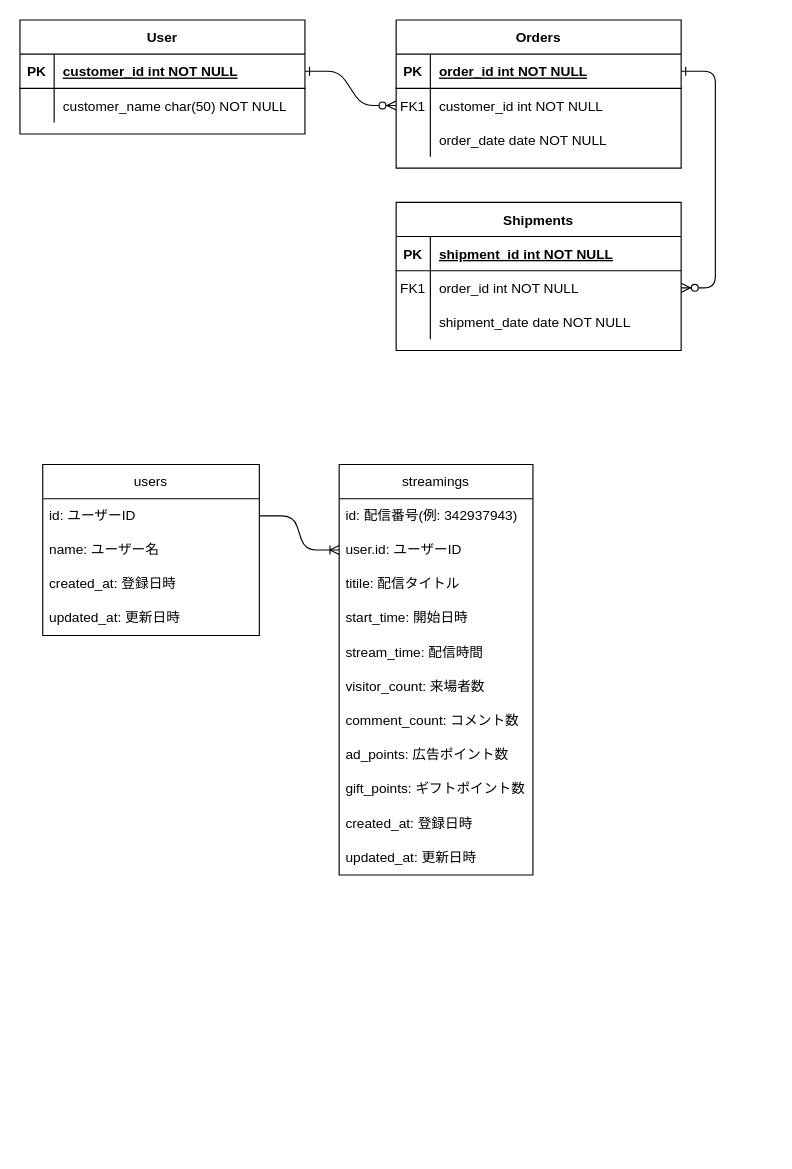
Earlier version of the draw.io diagram nicodb_ER.drawio (MASA20201203/nicodb-scraping). Source tidied: cells renumbered, new cells numbered last; positions are measured from the earlier drawing's top-left corner, leaving out a move shared by most shapes. Both pictures are drawn from the tidied source at 114%, with x=0, y=0 at pixel (19, 19).
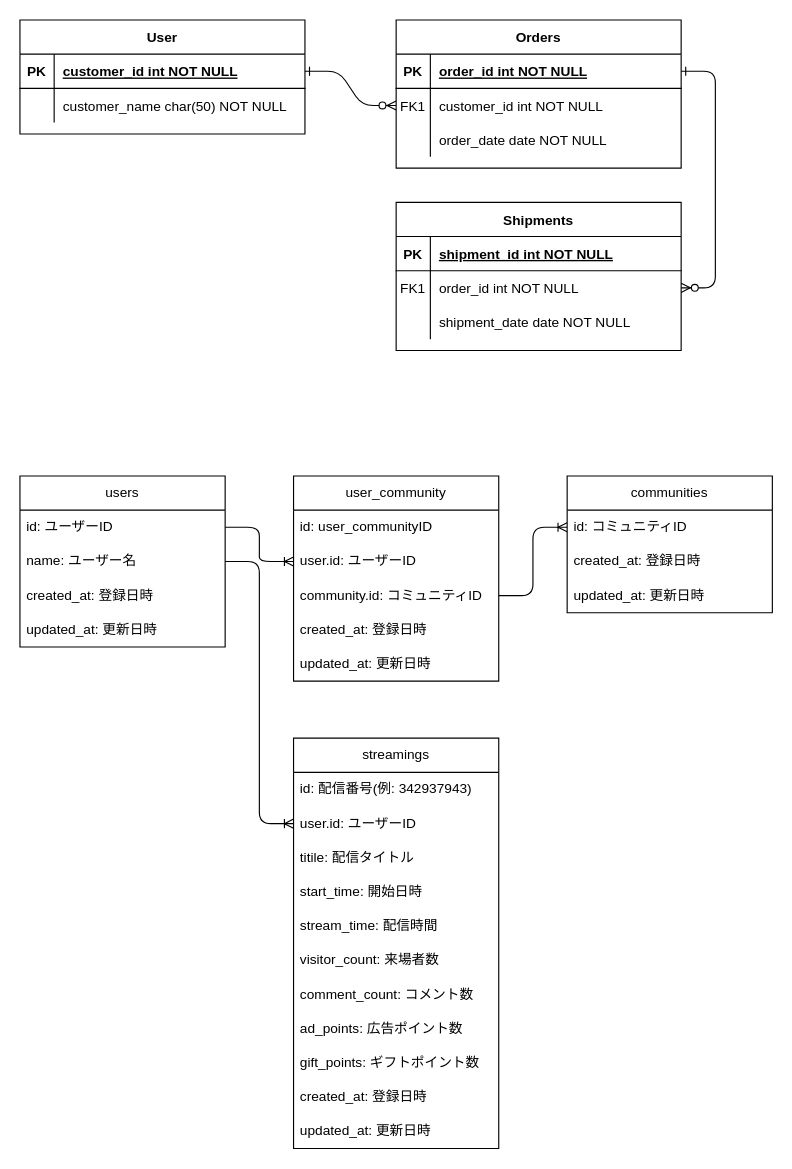
The same diagram, later.

The edit, as a diff of the source:
```diff
@@
     <mxCell id="31" value="users" style="swimlane;fontStyle=0;horizontal=1;startSize=30;whiteSpace=wrap;html=1;" parent="1" vertex="1">
-      <mxGeometry x="20" y="390" width="190" height="150" as="geometry" />
+      <mxGeometry y="400" width="180" height="150" as="geometry" />
     </mxCell>
     <mxCell id="32" value="id: ユーザーID" style="text;strokeColor=none;fillColor=none;align=left;verticalAlign=middle;spacingLeft=4;spacingRight=4;overflow=hidden;points=[[0,0.5],[1,0.5]];portConstraint=eastwest;whiteSpace=wrap;html=1;" parent="31" vertex="1">
-      <mxGeometry y="30" width="190" height="30" as="geometry" />
+      <mxGeometry y="30" width="180" height="30" as="geometry" />
     </mxCell>
     <mxCell id="33" value="name: ユーザー名" style="text;strokeColor=none;fillColor=none;align=left;verticalAlign=middle;spacingLeft=4;spacingRight=4;overflow=hidden;points=[[0,0.5],[1,0.5]];portConstraint=eastwest;whiteSpace=wrap;html=1;" parent="31" vertex="1">
-      <mxGeometry y="60" width="190" height="30" as="geometry" />
+      <mxGeometry y="60" width="180" height="30" as="geometry" />
     </mxCell>
     <mxCell id="34" value="created_at: 登録日時" style="text;strokeColor=none;fillColor=none;align=left;verticalAlign=middle;spacingLeft=4;spacingRight=4;overflow=hidden;whiteSpace=wrap;html=1;" parent="31" vertex="1">
-      <mxGeometry y="90" width="190" height="30" as="geometry" />
+      <mxGeometry y="90" width="180" height="30" as="geometry" />
     </mxCell>
     <mxCell id="35" value="updated_at: 更新日時" style="text;strokeColor=none;fillColor=none;align=left;verticalAlign=middle;spacingLeft=4;spacingRight=4;overflow=hidden;whiteSpace=wrap;html=1;" parent="31" vertex="1">
-      <mxGeometry y="120" width="190" height="30" as="geometry" />
+      <mxGeometry y="120" width="180" height="30" as="geometry" />
     </mxCell>
     <mxCell id="36" value="streamings" style="swimlane;fontStyle=0;horizontal=1;startSize=30;whiteSpace=wrap;html=1;" parent="1" vertex="1">
-      <mxGeometry x="280" y="390" width="170" height="360" as="geometry" />
+      <mxGeometry x="240" y="630" width="180" height="360" as="geometry" />
     </mxCell>
     <mxCell id="37" value="id: 配信番号(例: 342937943)" style="text;strokeColor=none;fillColor=none;align=left;verticalAlign=middle;spacingLeft=4;spacingRight=4;overflow=hidden;whiteSpace=wrap;html=1;" parent="36" vertex="1">
-      <mxGeometry y="30" width="170" height="30" as="geometry" />
+      <mxGeometry y="30" width="180" height="30" as="geometry" />
     </mxCell>
     <mxCell id="38" value="user.id: ユーザーID" style="text;strokeColor=none;fillColor=none;align=left;verticalAlign=middle;spacingLeft=4;spacingRight=4;overflow=hidden;points=[[0,0.5],[1,0.5]];portConstraint=eastwest;whiteSpace=wrap;html=1;" parent="36" vertex="1">
-      <mxGeometry y="60" width="170" height="30" as="geometry" />
+      <mxGeometry y="60" width="180" height="30" as="geometry" />
     </mxCell>
     <mxCell id="39" value="titile: 配信タイトル" style="text;strokeColor=none;fillColor=none;align=left;verticalAlign=middle;spacingLeft=4;spacingRight=4;overflow=hidden;whiteSpace=wrap;html=1;" parent="36" vertex="1">
-      <mxGeometry y="90" width="170" height="30" as="geometry" />
+      <mxGeometry y="90" width="180" height="30" as="geometry" />
     </mxCell>
     <mxCell id="40" value="start_time: 開始日時" style="text;strokeColor=none;fillColor=none;align=left;verticalAlign=middle;spacingLeft=4;spacingRight=4;overflow=hidden;whiteSpace=wrap;html=1;" parent="36" vertex="1">
-      <mxGeometry y="120" width="170" height="30" as="geometry" />
+      <mxGeometry y="120" width="180" height="30" as="geometry" />
     </mxCell>
     <mxCell id="41" value="stream_time: 配信時間" style="text;strokeColor=none;fillColor=none;align=left;verticalAlign=middle;spacingLeft=4;spacingRight=4;overflow=hidden;whiteSpace=wrap;html=1;" parent="36" vertex="1">
-      <mxGeometry y="150" width="170" height="30" as="geometry" />
+      <mxGeometry y="150" width="180" height="30" as="geometry" />
     </mxCell>
     <mxCell id="42" value="visitor_count: 来場者数" style="text;strokeColor=none;fillColor=none;align=left;verticalAlign=middle;spacingLeft=4;spacingRight=4;overflow=hidden;whiteSpace=wrap;html=1;" parent="36" vertex="1">
-      <mxGeometry y="180" width="170" height="30" as="geometry" />
+      <mxGeometry y="180" width="180" height="30" as="geometry" />
     </mxCell>
     <mxCell id="43" value="comment_count: コメント数" style="text;strokeColor=none;fillColor=none;align=left;verticalAlign=middle;spacingLeft=4;spacingRight=4;overflow=hidden;whiteSpace=wrap;html=1;" parent="36" vertex="1">
-      <mxGeometry y="210" width="170" height="30" as="geometry" />
+      <mxGeometry y="210" width="180" height="30" as="geometry" />
     </mxCell>
     <mxCell id="44" value="ad_points: 広告ポイント数" style="text;strokeColor=none;fillColor=none;align=left;verticalAlign=middle;spacingLeft=4;spacingRight=4;overflow=hidden;whiteSpace=wrap;html=1;" parent="36" vertex="1">
-      <mxGeometry y="240" width="170" height="30" as="geometry" />
+      <mxGeometry y="240" width="180" height="30" as="geometry" />
     </mxCell>
     <mxCell id="45" value="gift_points: ギフトポイント数" style="text;strokeColor=none;fillColor=none;align=left;verticalAlign=middle;spacingLeft=4;spacingRight=4;overflow=hidden;whiteSpace=wrap;html=1;" parent="36" vertex="1">
-      <mxGeometry y="270" width="170" height="30" as="geometry" />
+      <mxGeometry y="270" width="180" height="30" as="geometry" />
     </mxCell>
     <mxCell id="46" value="created_at: 登録日時" style="text;strokeColor=none;fillColor=none;align=left;verticalAlign=middle;spacingLeft=4;spacingRight=4;overflow=hidden;whiteSpace=wrap;html=1;" parent="36" vertex="1">
-      <mxGeometry y="300" width="170" height="30" as="geometry" />
+      <mxGeometry y="300" width="180" height="30" as="geometry" />
     </mxCell>
     <mxCell id="47" value="updated_at: 更新日時" style="text;strokeColor=none;fillColor=none;align=left;verticalAlign=middle;spacingLeft=4;spacingRight=4;overflow=hidden;whiteSpace=wrap;html=1;" parent="36" vertex="1">
-      <mxGeometry y="330" width="170" height="30" as="geometry" />
+      <mxGeometry y="330" width="180" height="30" as="geometry" />
     </mxCell>
-    <mxCell id="48" style="edgeStyle=entityRelationEdgeStyle;fontSize=12;html=1;endArrow=ERoneToMany;entryX=0;entryY=0.5;entryDx=0;entryDy=0;exitX=1;exitY=0.5;exitDx=0;exitDy=0;" parent="1" edge="1" source="32" target="38">
+    <mxCell id="48" style="edgeStyle=entityRelationEdgeStyle;fontSize=12;html=1;endArrow=ERoneToMany;entryX=0;entryY=0.5;entryDx=0;entryDy=0;exitX=1;exitY=0.5;exitDx=0;exitDy=0;" parent="1" edge="1" source="33" target="38">
       <mxGeometry relative="1" as="geometry" />
     </mxCell>
+    <mxCell id="49" value="communities" style="swimlane;fontStyle=0;horizontal=1;startSize=30;whiteSpace=wrap;html=1;" parent="1" vertex="1">
+      <mxGeometry x="480" y="400" width="180" height="120" as="geometry" />
+    </mxCell>
+    <mxCell id="50" value="id: コミュニティID" style="text;strokeColor=none;fillColor=none;align=left;verticalAlign=middle;spacingLeft=4;spacingRight=4;overflow=hidden;points=[[0,0.5],[1,0.5]];portConstraint=eastwest;whiteSpace=wrap;html=1;" parent="49" vertex="1">
+      <mxGeometry y="30" width="180" height="30" as="geometry" />
+    </mxCell>
+    <mxCell id="51" value="created_at: 登録日時" style="text;strokeColor=none;fillColor=none;align=left;verticalAlign=middle;spacingLeft=4;spacingRight=4;overflow=hidden;whiteSpace=wrap;html=1;" parent="49" vertex="1">
+      <mxGeometry y="60" width="180" height="30" as="geometry" />
+    </mxCell>
+    <mxCell id="52" value="updated_at: 更新日時" style="text;strokeColor=none;fillColor=none;align=left;verticalAlign=middle;spacingLeft=4;spacingRight=4;overflow=hidden;whiteSpace=wrap;html=1;" parent="49" vertex="1">
+      <mxGeometry y="90" width="180" height="30" as="geometry" />
+    </mxCell>
+    <mxCell id="53" value="user_community" style="swimlane;fontStyle=0;horizontal=1;startSize=30;whiteSpace=wrap;html=1;" parent="1" vertex="1">
+      <mxGeometry x="240" y="400" width="180" height="180" as="geometry" />
+    </mxCell>
+    <mxCell id="54" value="id: user_communityID" style="text;strokeColor=none;fillColor=none;align=left;verticalAlign=middle;spacingLeft=4;spacingRight=4;overflow=hidden;whiteSpace=wrap;html=1;" parent="53" vertex="1">
+      <mxGeometry y="30" width="180" height="30" as="geometry" />
+    </mxCell>
+    <mxCell id="55" value="user.id: ユーザーID" style="text;strokeColor=none;fillColor=none;align=left;verticalAlign=middle;spacingLeft=4;spacingRight=4;overflow=hidden;points=[[0,0.5],[1,0.5]];portConstraint=eastwest;whiteSpace=wrap;html=1;" parent="53" vertex="1">
+      <mxGeometry y="60" width="180" height="30" as="geometry" />
+    </mxCell>
+    <mxCell id="56" value="&lt;span style=&quot;text-align: center&quot;&gt;community.&lt;/span&gt;id: コミュニティID" style="text;strokeColor=none;fillColor=none;align=left;verticalAlign=middle;spacingLeft=4;spacingRight=4;overflow=hidden;points=[[0,0.5],[1,0.5]];portConstraint=eastwest;whiteSpace=wrap;html=1;" parent="53" vertex="1">
+      <mxGeometry y="90" width="180" height="30" as="geometry" />
+    </mxCell>
+    <mxCell id="57" value="created_at: 登録日時" style="text;strokeColor=none;fillColor=none;align=left;verticalAlign=middle;spacingLeft=4;spacingRight=4;overflow=hidden;whiteSpace=wrap;html=1;" parent="53" vertex="1">
+      <mxGeometry y="120" width="180" height="30" as="geometry" />
+    </mxCell>
+    <mxCell id="58" value="updated_at: 更新日時" style="text;strokeColor=none;fillColor=none;align=left;verticalAlign=middle;spacingLeft=4;spacingRight=4;overflow=hidden;whiteSpace=wrap;html=1;" parent="53" vertex="1">
+      <mxGeometry y="150" width="180" height="30" as="geometry" />
+    </mxCell>
+    <mxCell id="59" style="edgeStyle=entityRelationEdgeStyle;fontSize=12;html=1;endArrow=ERoneToMany;entryX=0;entryY=0.5;entryDx=0;entryDy=0;exitX=1;exitY=0.5;exitDx=0;exitDy=0;" parent="1" edge="1" source="32" target="55">
+      <mxGeometry relative="1" as="geometry" />
+    </mxCell>
+    <mxCell id="60" style="edgeStyle=entityRelationEdgeStyle;fontSize=12;html=1;endArrow=ERoneToMany;entryX=0;entryY=0.5;entryDx=0;entryDy=0;" parent="1" edge="1" source="56" target="50">
+      <mxGeometry relative="1" as="geometry" />
+    </mxCell>
```
